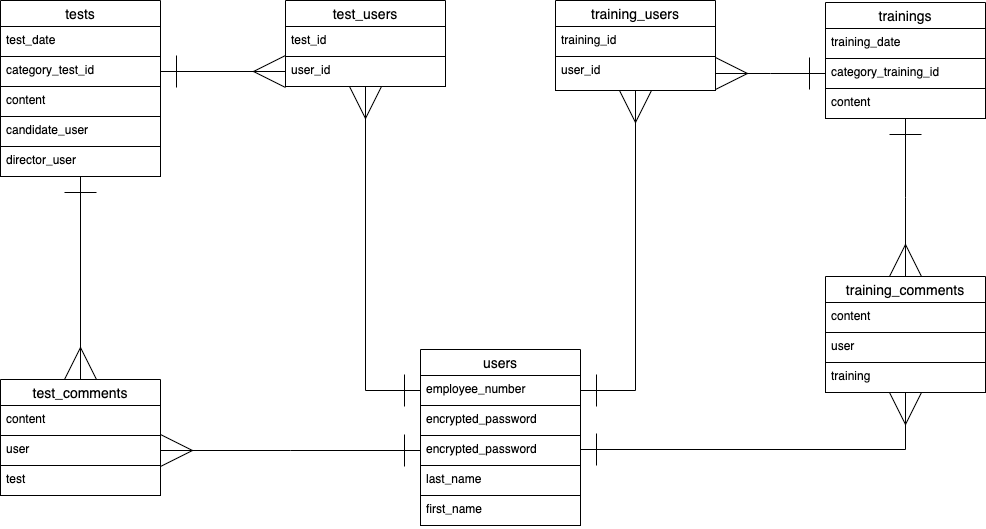
Earlier version of the draw.io export trainingAppER.drawio.png (matsuikohei/trainingApp). Source tidied: cells renumbered, new cells last; positions are measured from the earlier drawing's top-left corner, leaving out a move shared by most shapes.
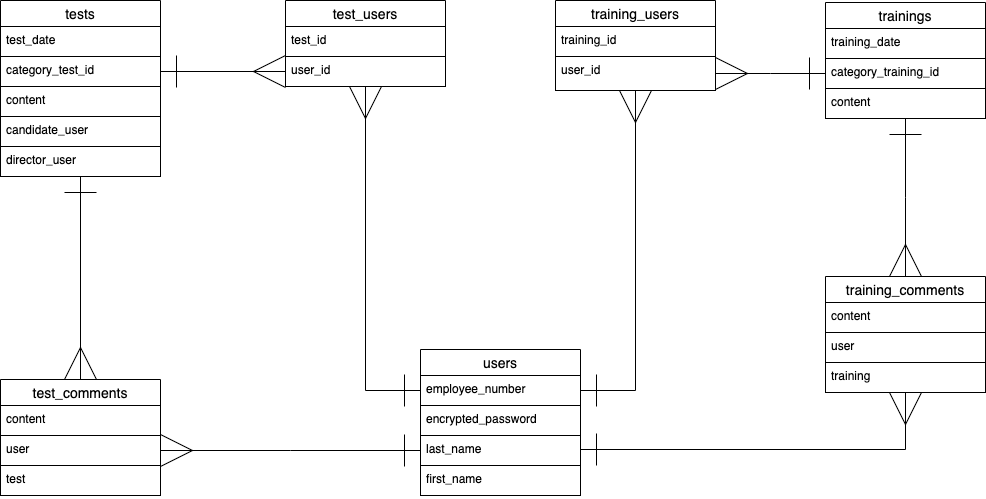
Above is the later version.

Diff of the diagram source:
```diff
@@ -3,7 +3,7 @@
     <mxCell id="0" />
     <mxCell id="1" parent="0" />
     <mxCell id="2" value="users" style="swimlane;fontStyle=0;horizontal=1;startSize=26;align=center;fontSize=14;" parent="1" vertex="1">
-      <mxGeometry x="420" y="349" width="160" height="176" as="geometry" />
+      <mxGeometry x="420" y="349" width="160" height="146" as="geometry" />
     </mxCell>
     <mxCell id="3" value="employee_number" style="text;strokeColor=default;fillColor=none;spacingLeft=4;spacingRight=4;overflow=hidden;points=[[0,0.5],[1,0.5]];portConstraint=eastwest;fontSize=12;" parent="2" vertex="1">
       <mxGeometry y="26" width="160" height="30" as="geometry" />
@@ -11,14 +11,11 @@
     <mxCell id="4" value="encrypted_password" style="text;strokeColor=default;fillColor=none;spacingLeft=4;spacingRight=4;overflow=hidden;fontSize=12;" parent="2" vertex="1">
       <mxGeometry y="56" width="160" height="30" as="geometry" />
     </mxCell>
-    <mxCell id="5" value="encrypted_password" style="text;strokeColor=default;fillColor=none;spacingLeft=4;spacingRight=4;overflow=hidden;points=[[0,0.5],[1,0.5]];portConstraint=eastwest;fontSize=12;" parent="2" vertex="1">
-      <mxGeometry y="86" width="160" height="30" as="geometry" />
-    </mxCell>
     <mxCell id="6" value="last_name" style="text;strokeColor=default;fillColor=none;spacingLeft=4;spacingRight=4;overflow=hidden;fontSize=12;" parent="2" vertex="1">
-      <mxGeometry y="116" width="160" height="30" as="geometry" />
+      <mxGeometry y="86" width="160" height="30" as="geometry" />
     </mxCell>
     <mxCell id="7" value="first_name" style="text;strokeColor=default;fillColor=none;spacingLeft=4;spacingRight=4;overflow=hidden;fontSize=12;" parent="2" vertex="1">
-      <mxGeometry y="146" width="160" height="30" as="geometry" />
+      <mxGeometry y="116" width="160" height="30" as="geometry" />
     </mxCell>
     <mxCell id="8" value="trainings" style="swimlane;fontStyle=0;horizontal=1;startSize=26;align=center;fontSize=14;" parent="1" vertex="1">
       <mxGeometry x="825" y="2" width="160" height="116" as="geometry" />
@@ -118,11 +115,14 @@
         </Array>
       </mxGeometry>
     </mxCell>
-    <mxCell id="38" style="edgeStyle=elbowEdgeStyle;rounded=0;html=1;entryX=1;entryY=0.5;entryDx=0;entryDy=0;startArrow=ERone;startFill=0;endArrow=ERmany;endFill=0;startSize=30;endSize=30;" parent="1" edge="1" source="5" target="20">
-      <mxGeometry relative="1" as="geometry" />
+    <mxCell id="38" style="edgeStyle=elbowEdgeStyle;rounded=0;html=1;entryX=1;entryY=0.5;entryDx=0;entryDy=0;startArrow=ERone;startFill=0;endArrow=ERmany;endFill=0;startSize=30;endSize=30;" parent="1" edge="1" target="20">
+      <mxGeometry relative="1" as="geometry">
+        <mxPoint x="420" y="450" as="sourcePoint" />
+      </mxGeometry>
     </mxCell>
-    <mxCell id="39" style="edgeStyle=elbowEdgeStyle;rounded=0;html=1;startArrow=ERone;startFill=0;endArrow=ERmany;endFill=0;startSize=30;endSize=30;" parent="1" edge="1" source="5" target="25">
+    <mxCell id="39" style="edgeStyle=elbowEdgeStyle;rounded=0;html=1;startArrow=ERone;startFill=0;endArrow=ERmany;endFill=0;startSize=30;endSize=30;" parent="1" edge="1" target="25">
       <mxGeometry relative="1" as="geometry">
+        <mxPoint x="580" y="449" as="sourcePoint" />
         <Array as="points">
           <mxPoint x="905" y="449" />
         </Array>
```
